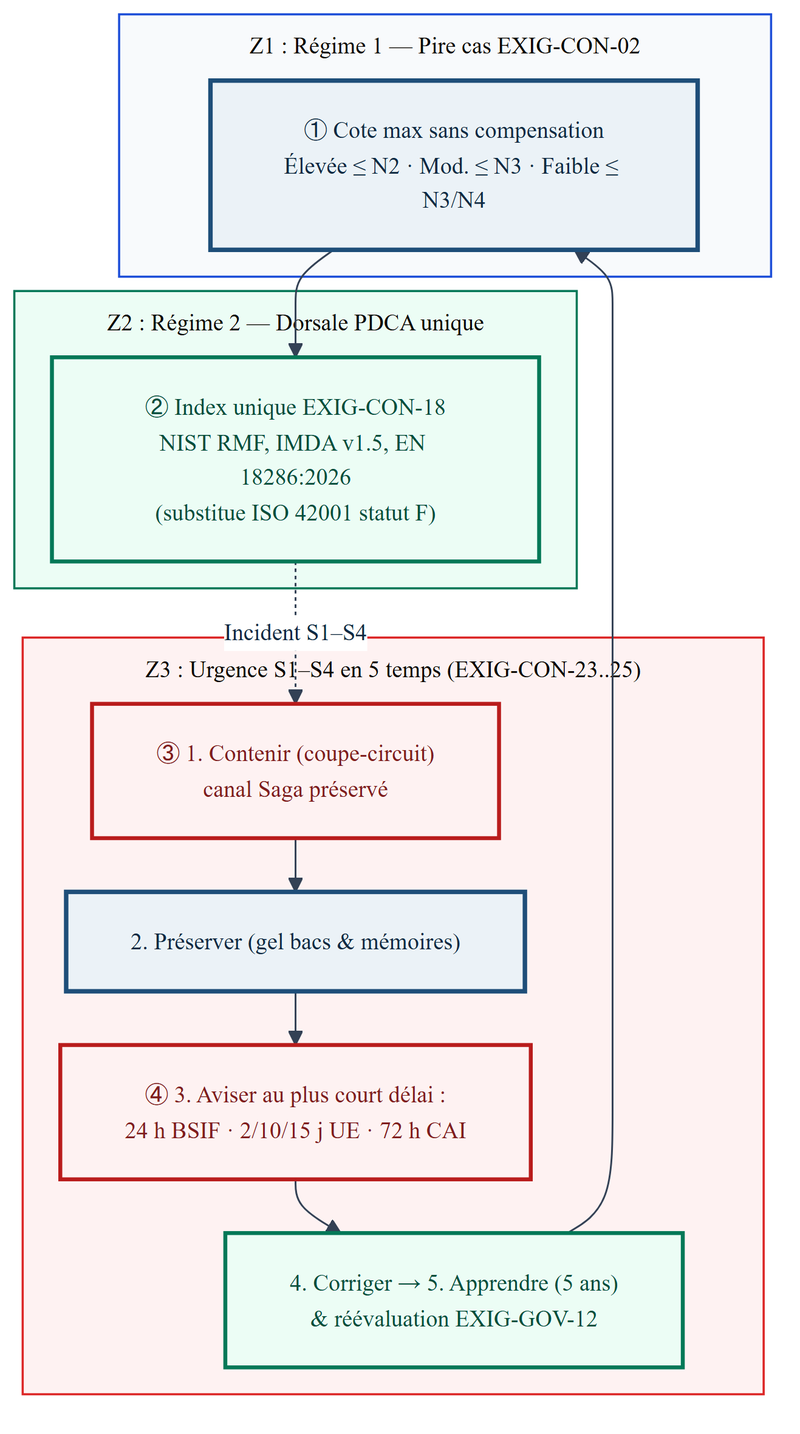
The Mermaid diagram Compendium/ouvrage/schemas/rendus/SCH-26-02.png in agbruneau/Agentique, before a commit. Its source is kept beside it as Compendium/ouvrage/schemas/SCH-26-02.mmd.
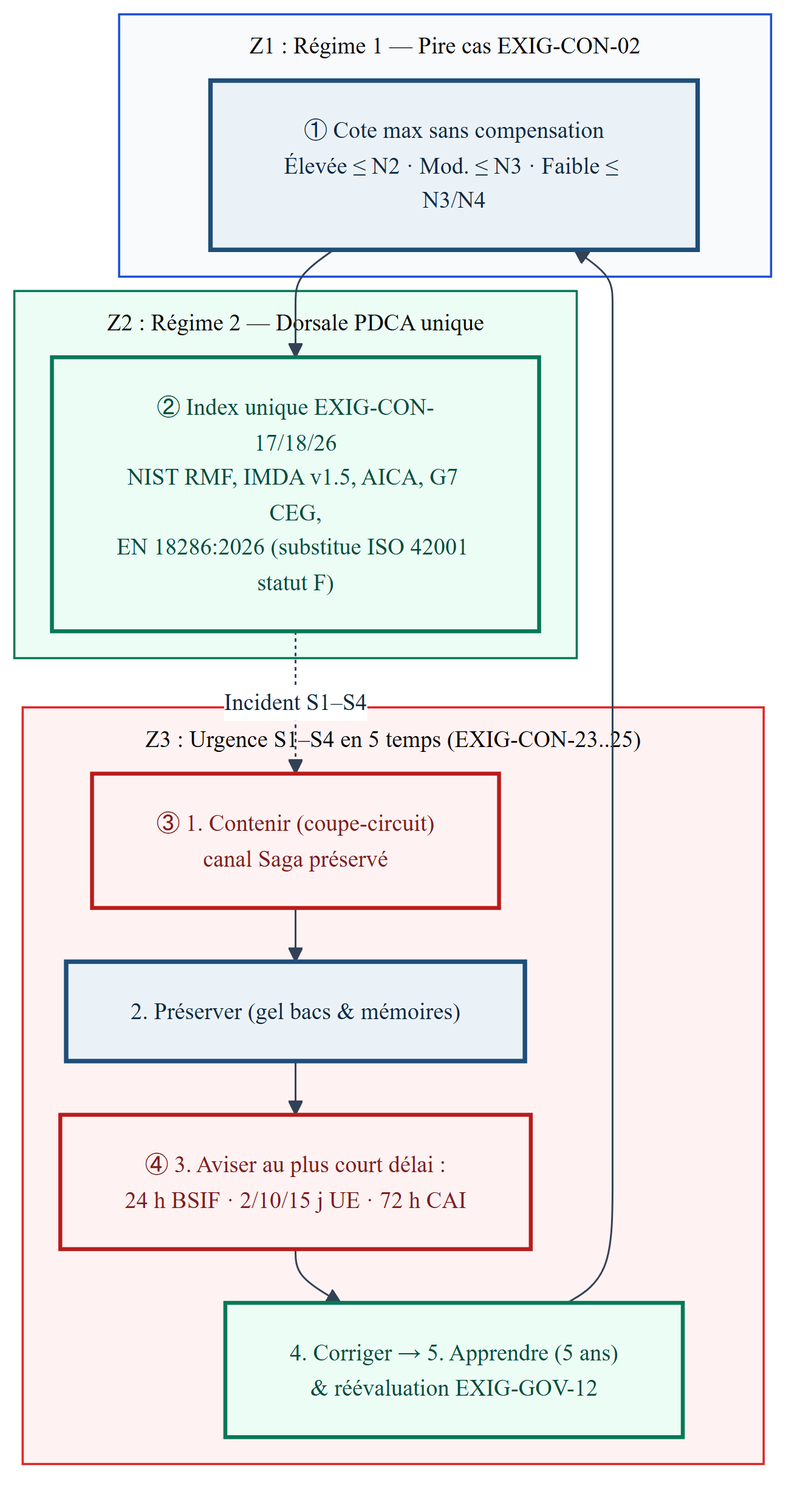
After the change.

What changed in the source:
```diff
@@ -4,7 +4,7 @@
     CLASSE["① Cote max sans compensation<br/>Élevée ≤ N2 · Mod. ≤ N3 · Faible ≤ N3/N4"]:::det
   end
   subgraph Z2["Z2 : Régime 2 — Dorsale PDCA unique"]
-    PDCA["② Index unique EXIG-CON-18<br/>NIST RMF, IMDA v1.5, EN 18286:2026<br/>(substitue ISO 42001 statut F)"]:::ok
+    PDCA["② Index unique EXIG-CON-17/18/26<br/>NIST RMF, IMDA v1.5, AICA, G7 CEG,<br/>EN 18286:2026 (substitue ISO 42001 statut F)"]:::ok
   end
   subgraph Z3["Z3 : Urgence S1–S4 en 5 temps (EXIG-CON-23..25)"]
     CONT["③ 1. Contenir (coupe-circuit)<br/>canal Saga préservé"]:::danger
```
